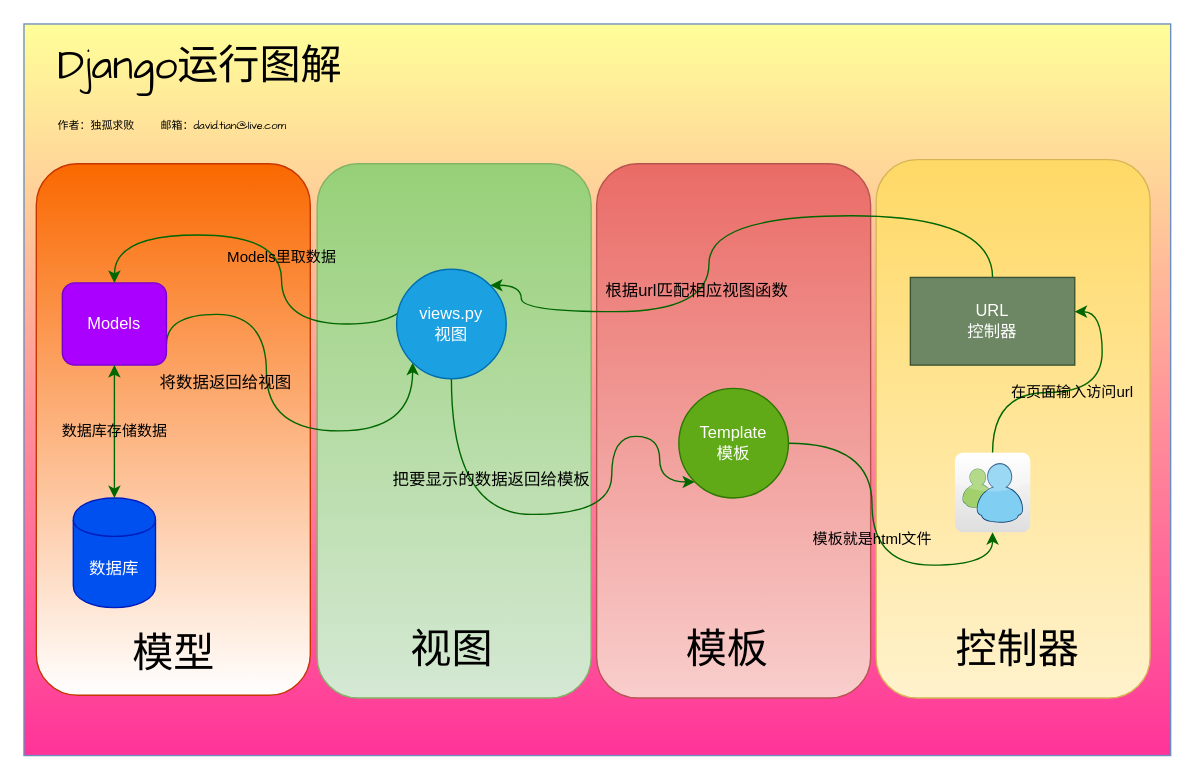
Earlier version of the draw.io diagram python/django/architecture/Django运行原理图.drawio (dvtn/docs). Source tidied: cells renumbered, new cells numbered last; positions are measured from the earlier drawing's top-left corner, leaving out a move shared by most shapes. Both pictures are drawn from the tidied source at 137%, with x=0, y=0 at pixel (23, 23).
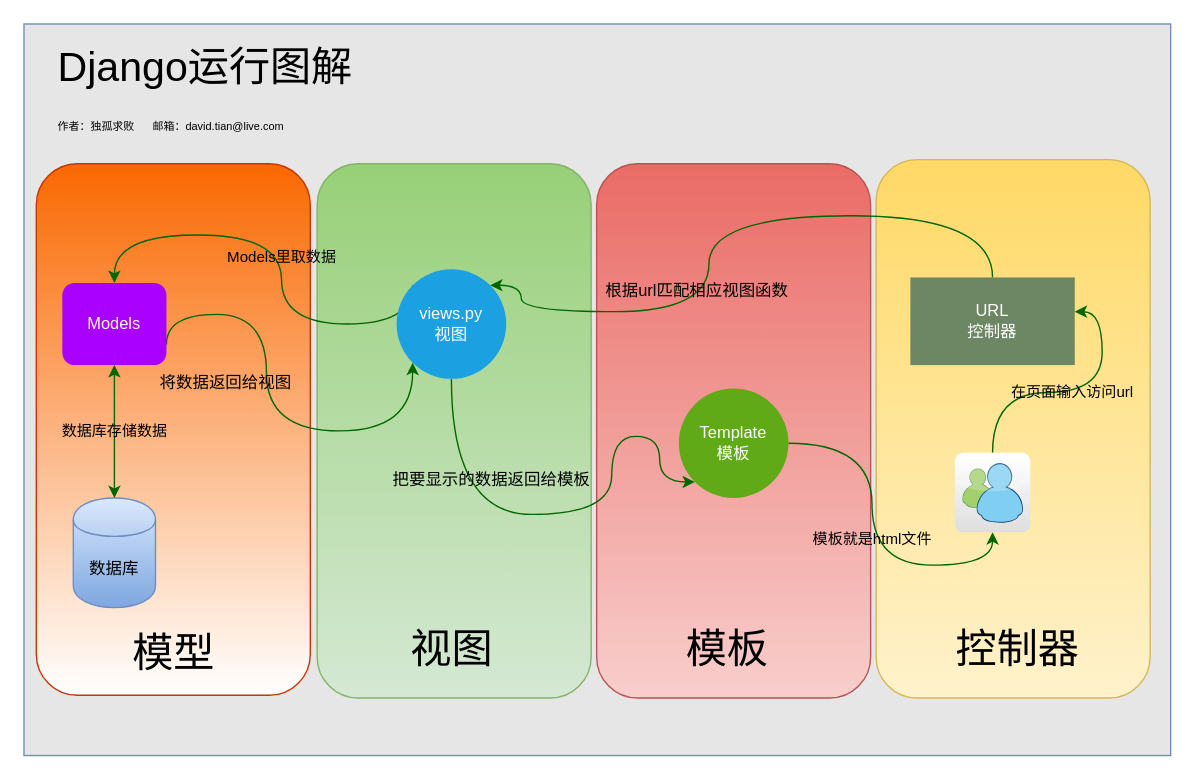
The same page after the edit.

Commit message (it also covers changes not shown here):
Update Django运行原理图.drawio

Diff of the diagram source:
```diff
@@
-    <mxCell id="2" style="rounded=0;whiteSpace=wrap;html=1;fontSize=29;align=left;fillColor=#FFFF99;strokeColor=#6c8ebf;gradientColor=#FF3399;" parent="1" vertex="1">
+    <mxCell id="2" style="rounded=0;whiteSpace=wrap;html=1;fontSize=29;align=left;fillColor=#E6E6E6;strokeColor=#6c8ebf;gradientColor=none;gradientDirection=south;" parent="1" vertex="1">
       <mxGeometry width="837" height="534" as="geometry" />
     </mxCell>
@@
-    <mxCell id="9" value="Models" style="rounded=1;whiteSpace=wrap;html=1;fillColor=#aa00ff;strokeColor=#7700CC;fontColor=#ffffff;" parent="1" vertex="1">
+    <mxCell id="9" value="Models" style="rounded=1;whiteSpace=wrap;html=1;fillColor=#aa00ff;strokeColor=none;fontColor=#ffffff;" parent="1" vertex="1">
       <mxGeometry x="28" y="189" width="76" height="60" as="geometry" />
     </mxCell>
-    <mxCell id="10" value="数据库" style="shape=cylinder;whiteSpace=wrap;html=1;boundedLbl=1;backgroundOutline=1;fillColor=#0050ef;strokeColor=#001DBC;fontColor=#ffffff;" parent="1" vertex="1">
+    <mxCell id="10" value="数据库" style="shape=cylinder;whiteSpace=wrap;html=1;boundedLbl=1;backgroundOutline=1;fillColor=#dae8fc;strokeColor=#6c8ebf;gradientColor=#7ea6e0;" parent="1" vertex="1">
       <mxGeometry x="36" y="346" width="60" height="80" as="geometry" />
     </mxCell>
@@
-    <mxCell id="14" value="views.py&lt;br&gt;视图" style="ellipse;whiteSpace=wrap;html=1;fillColor=#1ba1e2;strokeColor=#006EAF;fontColor=#ffffff;" parent="1" vertex="1">
+    <mxCell id="14" value="views.py&lt;br&gt;视图" style="ellipse;whiteSpace=wrap;html=1;fillColor=#1ba1e2;strokeColor=none;fontColor=#ffffff;" parent="1" vertex="1">
       <mxGeometry x="272" y="179" width="80" height="80" as="geometry" />
     </mxCell>
@@
-    <mxCell id="16" value="Template&lt;br&gt;模板" style="ellipse;whiteSpace=wrap;html=1;fillColor=#60a917;strokeColor=#2D7600;fontColor=#ffffff;" parent="1" vertex="1">
+    <mxCell id="16" value="Template&lt;br&gt;模板" style="ellipse;whiteSpace=wrap;html=1;fillColor=#60a917;strokeColor=none;fontColor=#ffffff;" parent="1" vertex="1">
       <mxGeometry x="478" y="266" width="80" height="80" as="geometry" />
     </mxCell>
@@
-    <mxCell id="19" value="URL&lt;br&gt;控制器" style="rounded=0;whiteSpace=wrap;html=1;fillColor=#6d8764;strokeColor=#3A5431;fontColor=#ffffff;" parent="1" vertex="1">
+    <mxCell id="19" value="URL&lt;br&gt;控制器" style="rounded=0;whiteSpace=wrap;html=1;fillColor=#6d8764;strokeColor=none;fontColor=#ffffff;" parent="1" vertex="1">
       <mxGeometry x="647" y="185" width="120" height="64" as="geometry" />
     </mxCell>
@@
-    <mxCell id="27" value="Django运行图解&lt;br&gt;&lt;font style=&quot;font-size: 8px&quot;&gt;作者：独孤求败 &amp;nbsp; &amp;nbsp; &amp;nbsp;邮箱：david.tian@live.com&lt;/font&gt;" style="text;html=1;strokeColor=none;fillColor=none;align=left;verticalAlign=middle;whiteSpace=wrap;rounded=0;fontSize=30;fontFamily=Comic Sans MS;" parent="1" vertex="1">
+    <mxCell id="27" value="Django运行图解&lt;br&gt;&lt;font style=&quot;font-size: 8px&quot;&gt;作者：独孤求败 &amp;nbsp; &amp;nbsp; &amp;nbsp;邮箱：david.tian@live.com&lt;/font&gt;" style="text;html=1;strokeColor=none;fillColor=none;align=left;verticalAlign=middle;whiteSpace=wrap;rounded=0;fontSize=30;fontFamily=Helvetica;" parent="1" vertex="1">
       <mxGeometry x="23" y="25" width="275" height="47" as="geometry" />
     </mxCell>
```
